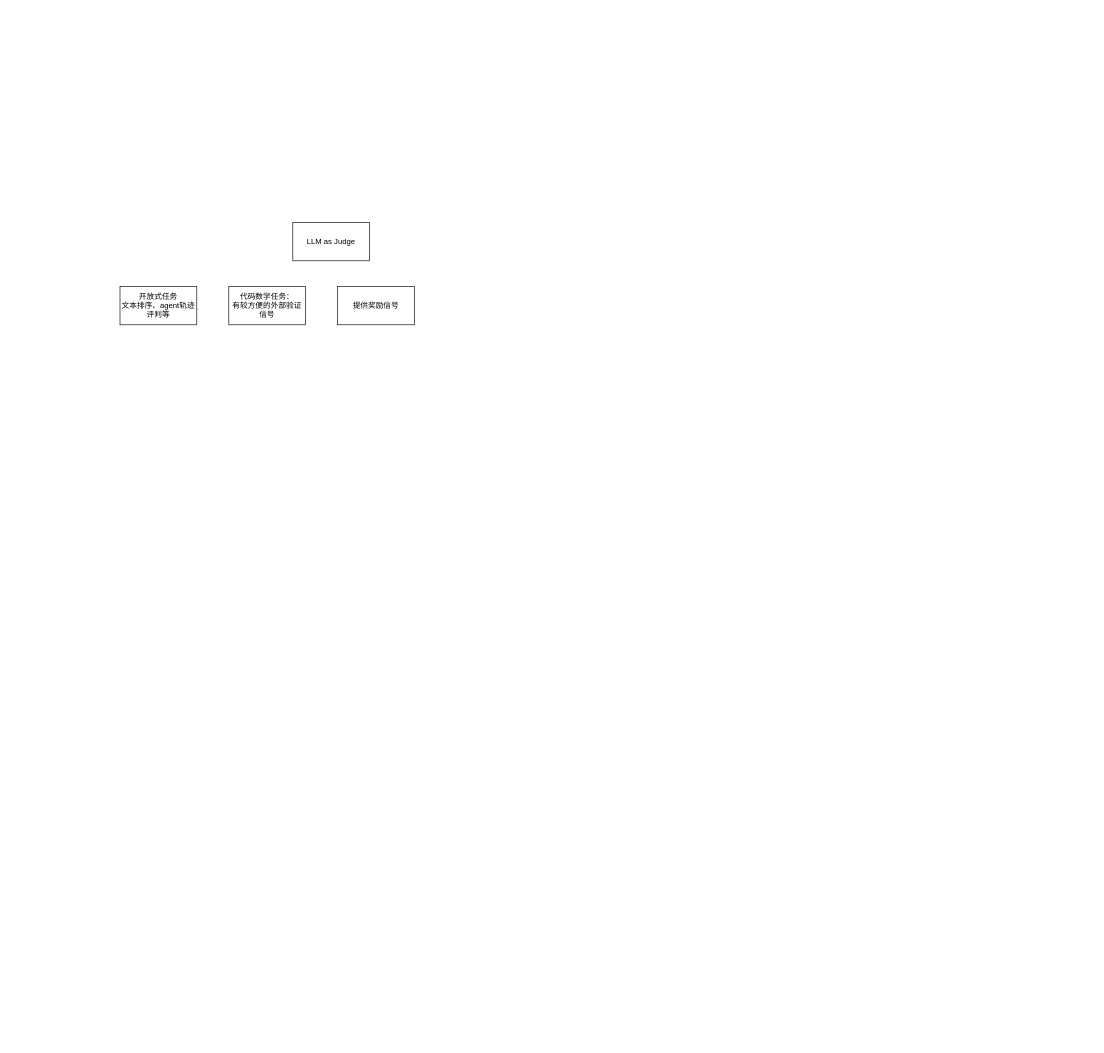
The draw.io diagram LLM as Judge整理.drawio in shawnguo327/Draw-io-cloud, before the edit. Source tidied: cells renumbered, new cells numbered last; positions are measured from the earlier drawing's top-left corner, leaving out a move shared by most shapes. Both pictures are drawn from the tidied source at 64%, with x=0, y=0 at pixel (120, 222).
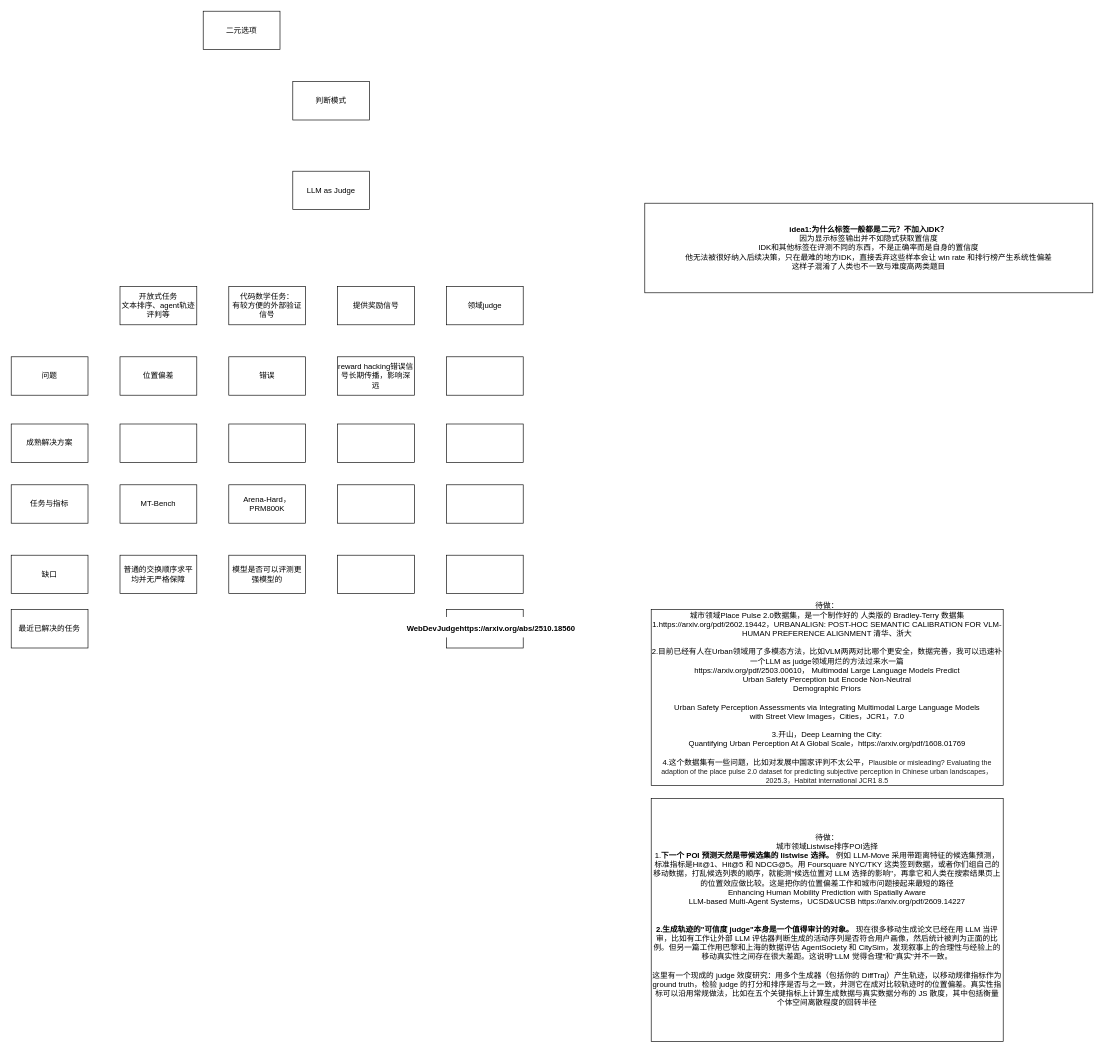
The same diagram, later.

Diff of the diagram source:
```diff
@@
     <mxCell id="2" value="LLM as Judge" style="rounded=0;whiteSpace=wrap;html=1;" parent="1" vertex="1">
-      <mxGeometry x="270" width="120" height="60" as="geometry" />
+      <mxGeometry x="270" y="-80" width="120" height="60" as="geometry" />
     </mxCell>
@@
+    <mxCell id="6" value="问题" style="rounded=0;whiteSpace=wrap;html=1;" parent="1" vertex="1">
+      <mxGeometry x="-170" y="210" width="120" height="60" as="geometry" />
+    </mxCell>
+    <mxCell id="7" value="位置偏差" style="rounded=0;whiteSpace=wrap;html=1;" parent="1" vertex="1">
+      <mxGeometry y="210" width="120" height="60" as="geometry" />
+    </mxCell>
+    <mxCell id="8" value="错误" style="rounded=0;whiteSpace=wrap;html=1;" parent="1" vertex="1">
+      <mxGeometry x="170" y="210" width="120" height="60" as="geometry" />
+    </mxCell>
+    <mxCell id="9" value="reward hacking错误信号长期传播，影响深远" style="rounded=0;whiteSpace=wrap;html=1;" parent="1" vertex="1">
+      <mxGeometry x="340" y="210" width="120" height="60" as="geometry" />
+    </mxCell>
+    <mxCell id="10" value="最近已解决的任务" style="rounded=0;whiteSpace=wrap;html=1;" parent="1" vertex="1">
+      <mxGeometry x="-170" y="605" width="120" height="60" as="geometry" />
+    </mxCell>
+    <mxCell id="11" value="成熟解决方案" style="rounded=0;whiteSpace=wrap;html=1;" parent="1" vertex="1">
+      <mxGeometry x="-170" y="315" width="120" height="60" as="geometry" />
+    </mxCell>
+    <mxCell id="12" value="缺口" style="rounded=0;whiteSpace=wrap;html=1;" parent="1" vertex="1">
+      <mxGeometry x="-170" y="520" width="120" height="60" as="geometry" />
+    </mxCell>
+    <mxCell id="13" value="普通的交换顺序求平均并无严格保障" style="rounded=0;whiteSpace=wrap;html=1;" parent="1" vertex="1">
+      <mxGeometry y="520" width="120" height="60" as="geometry" />
+    </mxCell>
+    <mxCell id="14" style="rounded=0;whiteSpace=wrap;html=1;" parent="1" vertex="1">
+      <mxGeometry y="315" width="120" height="60" as="geometry" />
+    </mxCell>
+    <mxCell id="15" style="rounded=0;whiteSpace=wrap;html=1;" parent="1" vertex="1">
+      <mxGeometry x="170" y="315" width="120" height="60" as="geometry" />
+    </mxCell>
+    <mxCell id="16" value="模型是否可以评测更强模型的" style="rounded=0;whiteSpace=wrap;html=1;" parent="1" vertex="1">
+      <mxGeometry x="170" y="520" width="120" height="60" as="geometry" />
+    </mxCell>
+    <mxCell id="17" value="任务与指标" style="rounded=0;whiteSpace=wrap;html=1;" parent="1" vertex="1">
+      <mxGeometry x="-170" y="410" width="120" height="60" as="geometry" />
+    </mxCell>
+    <mxCell id="18" value="MT-Bench" style="rounded=0;whiteSpace=wrap;html=1;" parent="1" vertex="1">
+      <mxGeometry y="410" width="120" height="60" as="geometry" />
+    </mxCell>
+    <mxCell id="19" value="Arena-Hard，PRM800K" style="rounded=0;whiteSpace=wrap;html=1;" parent="1" vertex="1">
+      <mxGeometry x="170" y="410" width="120" height="60" as="geometry" />
+    </mxCell>
+    <mxCell id="20" style="rounded=0;whiteSpace=wrap;html=1;" parent="1" vertex="1">
+      <mxGeometry x="340" y="315" width="120" height="60" as="geometry" />
+    </mxCell>
+    <mxCell id="21" value="领域judge" style="rounded=0;whiteSpace=wrap;html=1;" parent="1" vertex="1">
+      <mxGeometry x="510" y="100" width="120" height="60" as="geometry" />
+    </mxCell>
+    <mxCell id="22" style="rounded=0;whiteSpace=wrap;html=1;" parent="1" vertex="1">
+      <mxGeometry x="510" y="210" width="120" height="60" as="geometry" />
+    </mxCell>
+    <mxCell id="23" style="rounded=0;whiteSpace=wrap;html=1;" parent="1" vertex="1">
+      <mxGeometry x="510" y="315" width="120" height="60" as="geometry" />
+    </mxCell>
+    <mxCell id="24" style="rounded=0;whiteSpace=wrap;html=1;" parent="1" vertex="1">
+      <mxGeometry x="510" y="410" width="120" height="60" as="geometry" />
+    </mxCell>
+    <mxCell id="25" style="rounded=0;whiteSpace=wrap;html=1;" parent="1" vertex="1">
+      <mxGeometry x="340" y="410" width="120" height="60" as="geometry" />
+    </mxCell>
+    <mxCell id="26" style="rounded=0;whiteSpace=wrap;html=1;" parent="1" vertex="1">
+      <mxGeometry x="340" y="520" width="120" height="60" as="geometry" />
+    </mxCell>
+    <mxCell id="27" style="rounded=0;whiteSpace=wrap;html=1;" parent="1" vertex="1">
+      <mxGeometry x="510" y="520" width="120" height="60" as="geometry" />
+    </mxCell>
+    <mxCell id="28" value="判断模式" style="rounded=0;whiteSpace=wrap;html=1;" parent="1" vertex="1">
+      <mxGeometry x="270" y="-220" width="120" height="60" as="geometry" />
+    </mxCell>
+    <mxCell id="29" value="二元选项" style="rounded=0;whiteSpace=wrap;html=1;" parent="1" vertex="1">
+      <mxGeometry x="130" y="-330" width="120" height="60" as="geometry" />
+    </mxCell>
+    <mxCell id="30" value="&lt;b&gt;idea1:为什么标签一般都是二元？不加入IDK？&lt;/b&gt;&lt;div&gt;因为显示标签输出并不如隐式获取置信度&lt;/div&gt;&lt;div&gt;IDK和其他标签在评测不同的东西，不是正确率而是自身的置信度&lt;/div&gt;&lt;div&gt;他无法被很好纳入后续决策，只在最难的地方IDK，&lt;span style=&quot;background-color: transparent; color: light-dark(#000000, var(--ge-light-color, #ffffff));&quot;&gt;直接丢弃这些样本会让 win rate 和排行榜产生系统性偏差&lt;/span&gt;&lt;/div&gt;&lt;div&gt;&lt;span style=&quot;background-color: transparent; color: light-dark(#000000, var(--ge-light-color, #ffffff));&quot;&gt;这样子混淆了人类也不一致与难度高两类题目&lt;/span&gt;&lt;/div&gt;" style="rounded=0;whiteSpace=wrap;html=1;" parent="1" vertex="1">
+      <mxGeometry x="820" y="-30" width="700" height="140" as="geometry" />
+    </mxCell>
+    <mxCell id="31" value="&lt;h1 class=&quot;title mathjax&quot; style=&quot;font-weight: 700; line-height: 27.9936px; display: block; margin-block: 12px; margin: 0.25em 0px 12px 20px; margin-inline: 20px 0px; color: rgb(0, 0, 0); font-family: &amp;quot;Lucida Grande&amp;quot;, Helvetica, Arial, sans-serif; font-style: normal; font-variant-ligatures: normal; font-variant-caps: normal; letter-spacing: normal; orphans: 2; text-align: start; text-indent: 0px; text-transform: none; widows: 2; word-spacing: 0px; -webkit-text-stroke-width: 0px; white-space: normal; background-color: rgb(255, 255, 255); text-decoration-thickness: initial; text-decoration-style: initial; text-decoration-color: initial;&quot;&gt;&lt;font style=&quot;font-size: 12px;&quot;&gt;WebDevJudgehttps://arxiv.org/abs/2510.18560&lt;/font&gt;&lt;/h1&gt;" style="rounded=0;whiteSpace=wrap;html=1;" parent="1" vertex="1">
+      <mxGeometry x="510" y="605" width="120" height="60" as="geometry" />
+    </mxCell>
+    <mxCell id="32" value="待做：&lt;div&gt;城市领域Place Pulse 2.0数据集，是一个制作好的 人类版的 Bradley-Terry 数据集&lt;br&gt;&lt;div&gt;&lt;span style=&quot;background-color: transparent; color: light-dark(#000000, var(--ge-light-color, #ffffff));&quot;&gt;1.&lt;/span&gt;&lt;span style=&quot;background-color: transparent; color: light-dark(#000000, var(--ge-light-color, #ffffff));&quot;&gt;https://arxiv.org/pdf/2602.19442，&lt;/span&gt;&lt;span style=&quot;background-color: transparent; color: light-dark(#000000, var(--ge-light-color, #ffffff));&quot;&gt;URBANALIGN: POST-HOC SEMANTIC CALIBRATION FOR VLM-HUMAN PREFERENCE ALIGNMENT 清华、浙大&lt;/span&gt;&lt;/div&gt;&lt;div&gt;&lt;br&gt;&lt;/div&gt;&lt;div&gt;2.&lt;span style=&quot;background-color: transparent; color: light-dark(#000000, var(--ge-light-color, #ffffff));&quot;&gt;目前已经有人在Urban领域用了多模态方法，比如VLM两两对比哪个更安全，数据完善，我可以迅速补一个LLM as judge领域用烂的方法过来水一篇&lt;/span&gt;&lt;/div&gt;&lt;div&gt;&lt;div&gt;https://arxiv.org/pdf/2503.00610，&amp;nbsp;&lt;span style=&quot;background-color: transparent; color: light-dark(#000000, var(--ge-light-color, #ffffff));&quot;&gt;Multimodal Large Language Models Predict&lt;br&gt;Urban Safety Perception but Encode Non-Neutral&lt;br&gt;Demographic Priors&lt;/span&gt;&lt;/div&gt;&lt;/div&gt;&lt;div&gt;&lt;span style=&quot;background-color: transparent; color: light-dark(#000000, var(--ge-light-color, #ffffff));&quot;&gt;&lt;br&gt;&lt;/span&gt;&lt;/div&gt;&lt;div&gt;Urban Safety Perception Assessments via Integrating Multimodal Large Language Models&lt;br/&gt;with Street View Images，Cities，JCR1，7.0&lt;span style=&quot;background-color: transparent; color: light-dark(#000000, var(--ge-light-color, #ffffff));&quot;&gt;&lt;/span&gt;&lt;/div&gt;&lt;div&gt;&lt;span style=&quot;background-color: transparent; color: light-dark(#000000, var(--ge-light-color, #ffffff));&quot;&gt;&lt;br&gt;&lt;/span&gt;&lt;/div&gt;&lt;div&gt;&lt;span style=&quot;background-color: transparent; color: light-dark(#000000, var(--ge-light-color, #ffffff));&quot;&gt;3.开山，&lt;/span&gt;&lt;span style=&quot;background-color: transparent; color: light-dark(#000000, var(--ge-light-color, #ffffff));&quot;&gt;Deep Learning the City:&lt;br&gt;Quantifying Urban Perception At A Global Scale，&lt;/span&gt;&lt;span style=&quot;background-color: transparent; color: light-dark(#000000, var(--ge-light-color, #ffffff));&quot;&gt;https://arxiv.org/pdf/1608.01769&lt;/span&gt;&lt;/div&gt;&lt;div&gt;&lt;span style=&quot;background-color: transparent; color: light-dark(#000000, var(--ge-light-color, #ffffff));&quot;&gt;&lt;br&gt;&lt;/span&gt;&lt;/div&gt;&lt;div&gt;&lt;span style=&quot;background-color: transparent; color: light-dark(#000000, var(--ge-light-color, #ffffff));&quot;&gt;4.这个数据集有一些问题，比如对发展中国家评判不太公平，&lt;/span&gt;&lt;span style=&quot;font-size: 11px; background-color: rgb(255, 255, 255); color: rgb(31, 31, 31); text-align: start;&quot;&gt;Plausible or misleading? Evaluating the adaption of the place pulse 2.0 dataset for predicting subjective perception in Chinese urban landscapes，2025.3，Habitat international JCR1 8.5&lt;/span&gt;&lt;/div&gt;&lt;div&gt;&lt;br&gt;&lt;/div&gt;&lt;/div&gt;" style="whiteSpace=wrap;html=1;" parent="1" vertex="1">
+      <mxGeometry x="830" y="605" width="550" height="275" as="geometry" />
+    </mxCell>
+    <mxCell id="33" value="待做：&lt;div&gt;城市领域Listwise排序POI选择&lt;br&gt;&lt;div&gt;1.&lt;strong style=&quot;background-color: transparent; color: light-dark(#000000, var(--ge-light-color, #ffffff));&quot;&gt;下一个 POI 预测天然是带候选集的 listwise 选择。&lt;/strong&gt;&lt;span style=&quot;background-color: transparent; color: light-dark(#000000, var(--ge-light-color, #ffffff));&quot;&gt; 例如 LLM-Move 采用带距离特征的候选集预测，标准指标是Hit@1、Hit@5 和 NDCG@5。用 Foursquare NYC/TKY 这类签到数据，或者你们组自己的移动数据，打乱候选列表的顺序，就能测&quot;候选位置对 LLM 选择的影响&quot;，再拿它和人类在搜索结果页上的位置效应做比较。这是把你的位置偏差工作和城市问题接起来最短的路径&lt;/span&gt;&lt;/div&gt;&lt;/div&gt;&lt;div&gt;Enhancing Human Mobility Prediction with Spatially Aware&lt;br&gt;LLM-based Multi-Agent Systems，UCSD&amp;amp;UCSB&amp;nbsp;https://arxiv.org/pdf/2609.14227&lt;span style=&quot;background-color: transparent; color: light-dark(#000000, var(--ge-light-color, #ffffff));&quot;&gt;&lt;/span&gt;&lt;/div&gt;&lt;div&gt;&lt;br&gt;&lt;/div&gt;&lt;div&gt;&lt;br&gt;&lt;/div&gt;&lt;div&gt;&lt;strong&gt;2.生成轨迹的&quot;可信度 judge&quot;本身是一个值得审计的对象。&lt;/strong&gt; 现在很多移动生成论文已经在用 LLM 当评审，比如有工作让外部 LLM 评估器判断生成的活动序列是否符合用户画像，然后统计被判为正面的比例。但另一篇工作用巴黎和上海的数据评估 AgentSociety 和 CitySim，发现叙事上的合理性与经验上的移动真实性之间存在很大差距。这说明&quot;LLM 觉得合理&quot;和&quot;真实&quot;并不一致。&lt;/div&gt;&lt;div&gt;&lt;br&gt;&lt;/div&gt;&lt;div&gt;这里有一个现成的 judge 效度研究：用多个生成器（包括你的 DiffTraj）产生轨迹，以移动规律指标作为 ground truth，检验 judge 的打分和排序是否与之一致，并测它在成对比较轨迹时的位置偏差。真实性指标可以沿用常规做法，比如在五个关键指标上计算生成数据与真实数据分布的 JS 散度，其中包括衡量个体空间离散程度的回转半径&lt;/div&gt;" style="whiteSpace=wrap;html=1;" parent="1" vertex="1">
+      <mxGeometry x="830" y="900" width="550" height="380" as="geometry" />
+    </mxCell>
```
